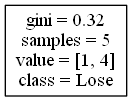
alexana-steck/CSE482Project keeps this Graphviz diagram as DecisionTrees/Mountain Westdecision_tree_no_score_or_attendance2.png. Above is the earlier version. Its source is kept beside it as DecisionTrees/Mountain Westdecision_tree_no_score_or_attendance2.dot.
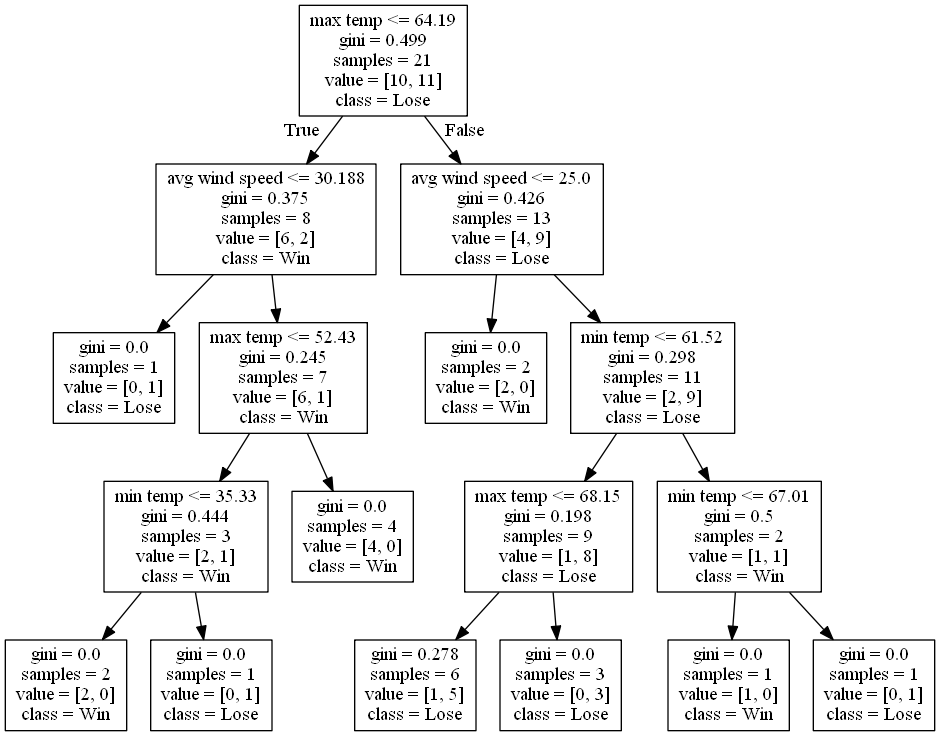
Above is the later version.

Diff of the diagram source:
```diff
@@ -1,4 +1,36 @@
 digraph Tree {
 node [shape=box] ;
-0 [label="gini = 0.32\nsamples = 5\nvalue = [1, 4]\nclass = Lose"] ;
+0 [label="max temp <= 64.19\ngini = 0.499\nsamples = 21\nvalue = [10, 11]\nclass = Lose"] ;
+1 [label="avg wind speed <= 30.188\ngini = 0.375\nsamples = 8\nvalue = [6, 2]\nclass = Win"] ;
+0 -> 1 [labeldistance=2.5, labelangle=45, headlabel="True"] ;
+2 [label="gini = 0.0\nsamples = 1\nvalue = [0, 1]\nclass = Lose"] ;
+1 -> 2 ;
+3 [label="max temp <= 52.43\ngini = 0.245\nsamples = 7\nvalue = [6, 1]\nclass = Win"] ;
+1 -> 3 ;
+4 [label="min temp <= 35.33\ngini = 0.444\nsamples = 3\nvalue = [2, 1]\nclass = Win"] ;
+3 -> 4 ;
+5 [label="gini = 0.0\nsamples = 2\nvalue = [2, 0]\nclass = Win"] ;
+4 -> 5 ;
+6 [label="gini = 0.0\nsamples = 1\nvalue = [0, 1]\nclass = Lose"] ;
+4 -> 6 ;
+7 [label="gini = 0.0\nsamples = 4\nvalue = [4, 0]\nclass = Win"] ;
+3 -> 7 ;
+8 [label="avg wind speed <= 25.0\ngini = 0.426\nsamples = 13\nvalue = [4, 9]\nclass = Lose"] ;
+0 -> 8 [labeldistance=2.5, labelangle=-45, headlabel="False"] ;
+9 [label="gini = 0.0\nsamples = 2\nvalue = [2, 0]\nclass = Win"] ;
+8 -> 9 ;
+10 [label="min temp <= 61.52\ngini = 0.298\nsamples = 11\nvalue = [2, 9]\nclass = Lose"] ;
+8 -> 10 ;
+11 [label="max temp <= 68.15\ngini = 0.198\nsamples = 9\nvalue = [1, 8]\nclass = Lose"] ;
+10 -> 11 ;
+12 [label="gini = 0.278\nsamples = 6\nvalue = [1, 5]\nclass = Lose"] ;
+11 -> 12 ;
+13 [label="gini = 0.0\nsamples = 3\nvalue = [0, 3]\nclass = Lose"] ;
+11 -> 13 ;
+14 [label="min temp <= 67.01\ngini = 0.5\nsamples = 2\nvalue = [1, 1]\nclass = Win"] ;
+10 -> 14 ;
+15 [label="gini = 0.0\nsamples = 1\nvalue = [1, 0]\nclass = Win"] ;
+14 -> 15 ;
+16 [label="gini = 0.0\nsamples = 1\nvalue = [0, 1]\nclass = Lose"] ;
+14 -> 16 ;
 }
```
